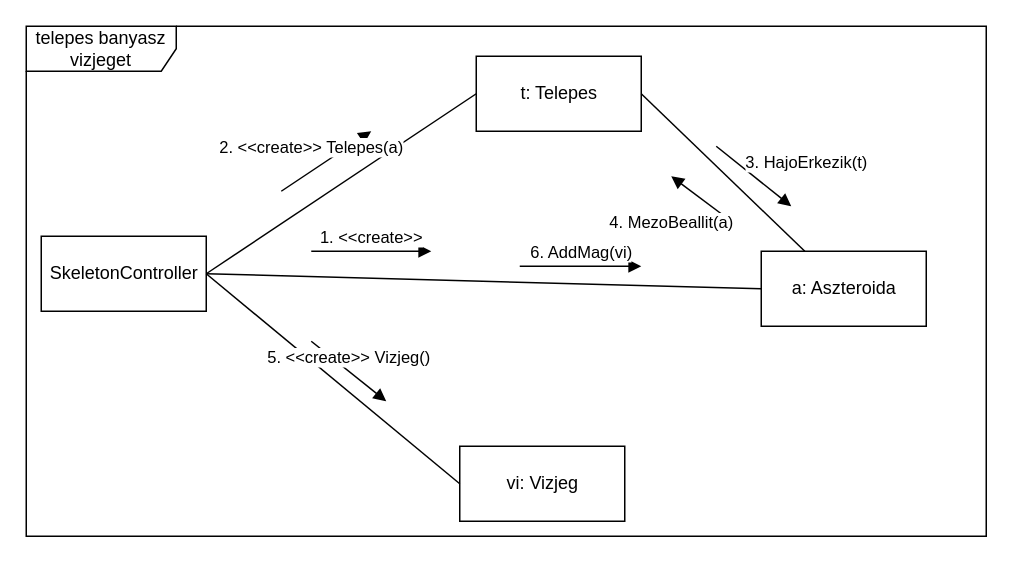
Before: page "vizjeg" (2 of 4) of doc/kommunikacio/kom_TelepesBanyasz.drawio in torpeBoiGo/aszteroidabanyaszat, a draw.io diagram. Source tidied: cells renumbered, new cells numbered last; positions are measured from the earlier drawing's top-left corner, leaving out a move shared by most shapes. Both pictures are drawn from the tidied source at 150%, with x=0, y=0 at pixel (26, 26).
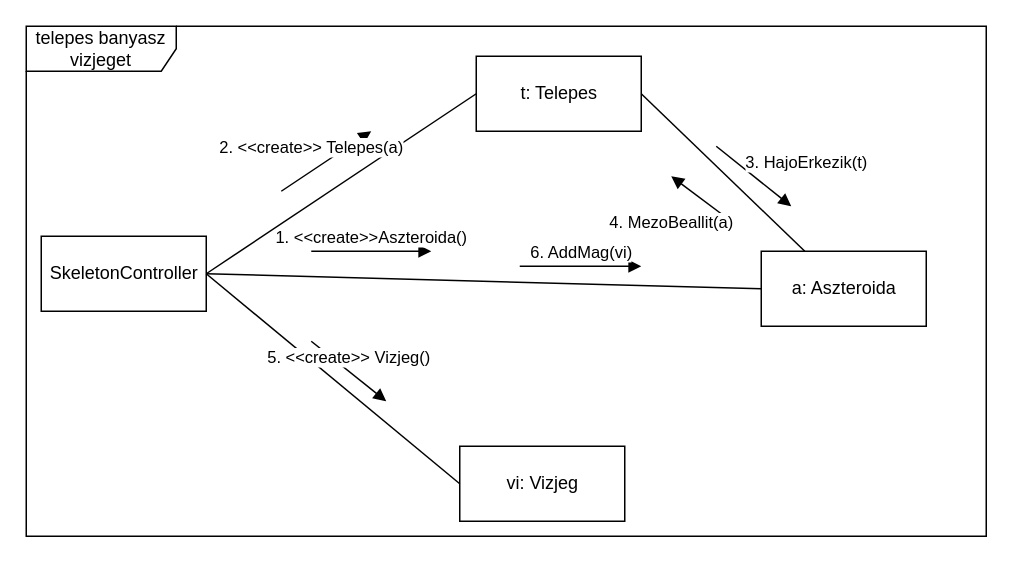
After the change.

Commit message (it also covers changes not shown here):
Update kom_TelepesBanyasz.drawio: Aszteroida konstruktor javitas

What changed in the source:
```diff
@@
-    <mxCell id="8" value="1. &amp;lt;&amp;lt;create&amp;gt;&amp;gt;" style="html=1;verticalAlign=bottom;endArrow=block;" parent="1" edge="1">
+    <mxCell id="8" value="1. &amp;lt;&amp;lt;create&amp;gt;&amp;gt;Aszteroida()" style="html=1;verticalAlign=bottom;endArrow=block;" parent="1" edge="1">
       <mxGeometry relative="1" as="geometry">
         <mxPoint x="190" y="150" as="sourcePoint" />
         <mxPoint x="270" y="150" as="targetPoint" />
       </mxGeometry>
     </mxCell>
```
